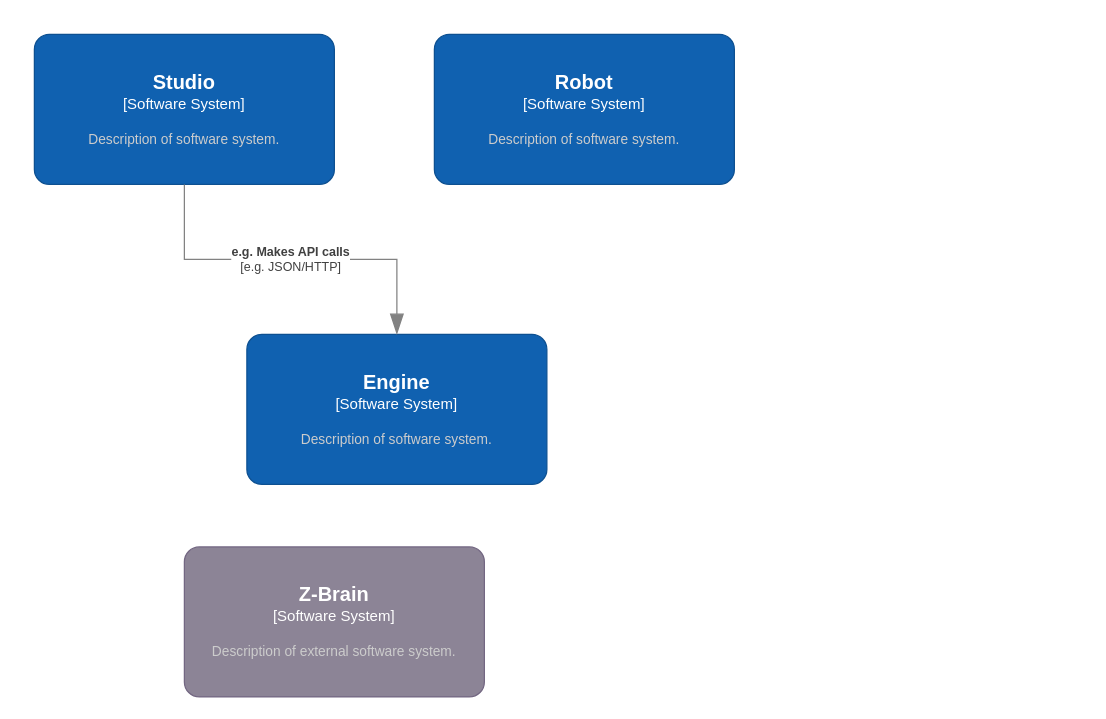
Before: 信创IPA C4架构图1.0.drawio in ColonelDarcy2018/excelsior, a draw.io diagram. Source tidied: cells renumbered, new cells numbered last; positions are measured from the earlier drawing's top-left corner, leaving out a move shared by most shapes. Both pictures are drawn from the tidied source at 125%, with x=0, y=0 at pixel (34, 34).
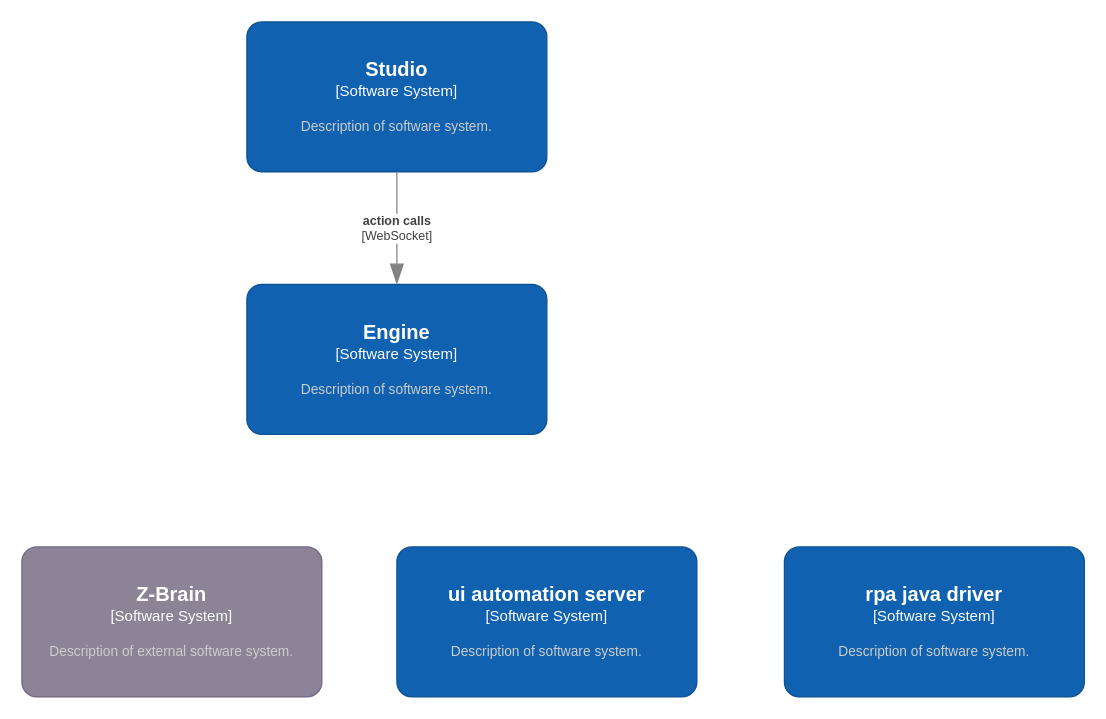
The same diagram, later.

Commit message:
更新信创IPA C4架构图1.0.drawio

Diff of the diagram source:
```diff
@@
 <mxGraphModel>
   <root>
     <mxCell id="0" />
     <mxCell id="1" parent="0" />
     <object id="2" label="&lt;font style=&quot;font-size: 16px&quot;&gt;&lt;b&gt;%c4Name%&lt;/b&gt;&lt;/font&gt;&lt;div&gt;[%c4Type%]&lt;/div&gt;&lt;br&gt;&lt;div&gt;&lt;font style=&quot;font-size: 11px&quot;&gt;&lt;font color=&quot;#cccccc&quot;&gt;%c4Description%&lt;/font&gt;&lt;/div&gt;" c4Description="Description of software system." c4Name="Studio" c4Type="Software System" placeholders="1">
       <mxCell style="rounded=1;whiteSpace=wrap;html=1;labelBackgroundColor=none;fillColor=#1061B0;fontColor=#ffffff;align=center;arcSize=10;strokeColor=#0D5091;points=[[0.25,0,0],[0.5,0,0],[0.75,0,0],[1,0.25,0],[1,0.5,0],[1,0.75,0],[0.75,1,0],[0.5,1,0],[0.25,1,0],[0,0.75,0],[0,0.5,0],[0,0.25,0]];" parent="1" vertex="1">
-        <mxGeometry width="240" height="120" as="geometry" />
+        <mxGeometry x="170" y="-10" width="240" height="120" as="geometry" />
       </mxCell>
     </object>
-    <object id="3" label="&lt;font style=&quot;font-size: 16px&quot;&gt;&lt;b&gt;%c4Name%&lt;/b&gt;&lt;/font&gt;&lt;div&gt;[%c4Type%]&lt;/div&gt;&lt;br&gt;&lt;div&gt;&lt;font style=&quot;font-size: 11px&quot;&gt;&lt;font color=&quot;#cccccc&quot;&gt;%c4Description%&lt;/font&gt;&lt;/div&gt;" c4Description="Description of software system." c4Name="Robot" c4Type="Software System" placeholders="1">
-      <mxCell style="rounded=1;whiteSpace=wrap;html=1;labelBackgroundColor=none;fillColor=#1061B0;fontColor=#ffffff;align=center;arcSize=10;strokeColor=#0D5091;" parent="1" vertex="1">
-        <mxGeometry x="320" width="240" height="120" as="geometry" />
-      </mxCell>
-    </object>
     <object id="4" label="&lt;font style=&quot;font-size: 16px&quot;&gt;&lt;b&gt;%c4Name%&lt;/b&gt;&lt;/font&gt;&lt;div&gt;[%c4Type%]&lt;/div&gt;&lt;br&gt;&lt;div&gt;&lt;font style=&quot;font-size: 11px&quot;&gt;&lt;font color=&quot;#cccccc&quot;&gt;%c4Description%&lt;/font&gt;&lt;/div&gt;" c4Description="Description of software system." c4Name="Engine" c4Type="Software System" placeholders="1">
       <mxCell style="rounded=1;whiteSpace=wrap;html=1;labelBackgroundColor=none;fillColor=#1061B0;fontColor=#ffffff;align=center;arcSize=10;strokeColor=#0D5091;points=[[0.25,0,0],[0.5,0,0],[0.75,0,0],[1,0.25,0],[1,0.5,0],[1,0.75,0],[0.75,1,0],[0.5,1,0],[0.25,1,0],[0,0.75,0],[0,0.5,0],[0,0.25,0]];" parent="1" vertex="1">
-        <mxGeometry x="170" y="240" width="240" height="120" as="geometry" />
+        <mxGeometry x="170" y="200" width="240" height="120" as="geometry" />
       </mxCell>
     </object>
     <object id="5" label="&lt;font style=&quot;font-size: 16px&quot;&gt;&lt;b&gt;%c4Name%&lt;/b&gt;&lt;/font&gt;&lt;div&gt;[%c4Type%]&lt;/div&gt;&lt;br&gt;&lt;div&gt;&lt;font style=&quot;font-size: 11px&quot;&gt;&lt;font color=&quot;#cccccc&quot;&gt;%c4Description%&lt;/font&gt;&lt;/div&gt;" c4Description="Description of external software system." c4Name="Z-Brain" c4Type="Software System" placeholders="1">
       <mxCell style="rounded=1;whiteSpace=wrap;html=1;labelBackgroundColor=none;fillColor=#8C8496;fontColor=#ffffff;align=center;arcSize=10;strokeColor=#736782;" parent="1" vertex="1">
-        <mxGeometry x="120" y="410" width="240" height="120" as="geometry" />
+        <mxGeometry x="-10" y="410" width="240" height="120" as="geometry" />
       </mxCell>
     </object>
-    <object id="6" label="&lt;div style=&quot;text-align: left&quot;&gt;&lt;div style=&quot;text-align: center&quot;&gt;&lt;b&gt;%c4Description%&lt;/b&gt;&lt;/div&gt;&lt;div style=&quot;text-align: center&quot;&gt;[%c4Technology%]&lt;/div&gt;&lt;/div&gt;" c4Description="e.g. Makes API calls" c4Technology="e.g. JSON/HTTP" placeholders="1">
-      <mxCell style="endArrow=blockThin;html=1;fontSize=10;fontColor=#404040;strokeWidth=1;endFill=1;strokeColor=#828282;elbow=vertical;endSize=14;startSize=14;jumpStyle=arc;jumpSize=16;rounded=0;edgeStyle=orthogonalEdgeStyle;" parent="1" edge="1" target="4">
+    <object id="6" label="&lt;div style=&quot;text-align: left&quot;&gt;&lt;div style=&quot;text-align: center&quot;&gt;&lt;b&gt;%c4Description%&lt;/b&gt;&lt;/div&gt;&lt;div style=&quot;text-align: center&quot;&gt;[%c4Technology%]&lt;/div&gt;&lt;/div&gt;" c4Description="action calls" c4Technology="WebSocket" placeholders="1">
+      <mxCell style="endArrow=blockThin;html=1;fontSize=10;fontColor=#404040;strokeWidth=1;endFill=1;strokeColor=#828282;elbow=vertical;endSize=14;startSize=14;jumpStyle=arc;jumpSize=16;rounded=0;edgeStyle=orthogonalEdgeStyle;entryX=0.5;entryY=0;entryDx=0;entryDy=0;entryPerimeter=0;exitX=0.5;exitY=1;exitDx=0;exitDy=0;exitPerimeter=0;" parent="1" edge="1" source="2" target="4">
         <mxGeometry relative="1" as="geometry">
-          <mxPoint x="120" y="120" as="sourcePoint" />
           <Array as="points">
-            <mxPoint x="120" y="180" />
-            <mxPoint x="290" y="180" />
+            <mxPoint x="290" y="130" />
+            <mxPoint x="290" y="130" />
           </Array>
         </mxGeometry>
       </mxCell>
     </object>
+    <object id="7" label="&lt;font style=&quot;font-size: 16px&quot;&gt;&lt;b&gt;%c4Name%&lt;/b&gt;&lt;/font&gt;&lt;div&gt;[%c4Type%]&lt;/div&gt;&lt;br&gt;&lt;div&gt;&lt;font style=&quot;font-size: 11px&quot;&gt;&lt;font color=&quot;#cccccc&quot;&gt;%c4Description%&lt;/font&gt;&lt;/div&gt;" c4Description="Description of software system." c4Name="ui automation server" c4Type="Software System" placeholders="1">
+      <mxCell style="rounded=1;whiteSpace=wrap;html=1;labelBackgroundColor=none;fillColor=#1061B0;fontColor=#ffffff;align=center;arcSize=10;strokeColor=#0D5091;" parent="1" vertex="1">
+        <mxGeometry x="290" y="410" width="240" height="120" as="geometry" />
+      </mxCell>
+    </object>
+    <object id="8" label="&lt;font style=&quot;font-size: 16px&quot;&gt;&lt;b&gt;%c4Name%&lt;/b&gt;&lt;/font&gt;&lt;div&gt;[%c4Type%]&lt;/div&gt;&lt;br&gt;&lt;div&gt;&lt;font style=&quot;font-size: 11px&quot;&gt;&lt;font color=&quot;#cccccc&quot;&gt;%c4Description%&lt;/font&gt;&lt;/div&gt;" c4Description="Description of software system." c4Name="rpa java driver" c4Type="Software System" placeholders="1">
+      <mxCell style="rounded=1;whiteSpace=wrap;html=1;labelBackgroundColor=none;fillColor=#1061B0;fontColor=#ffffff;align=center;arcSize=10;strokeColor=#0D5091;" parent="1" vertex="1">
+        <mxGeometry x="600" y="410" width="240" height="120" as="geometry" />
+      </mxCell>
+    </object>
   </root>
 </mxGraphModel>
```
